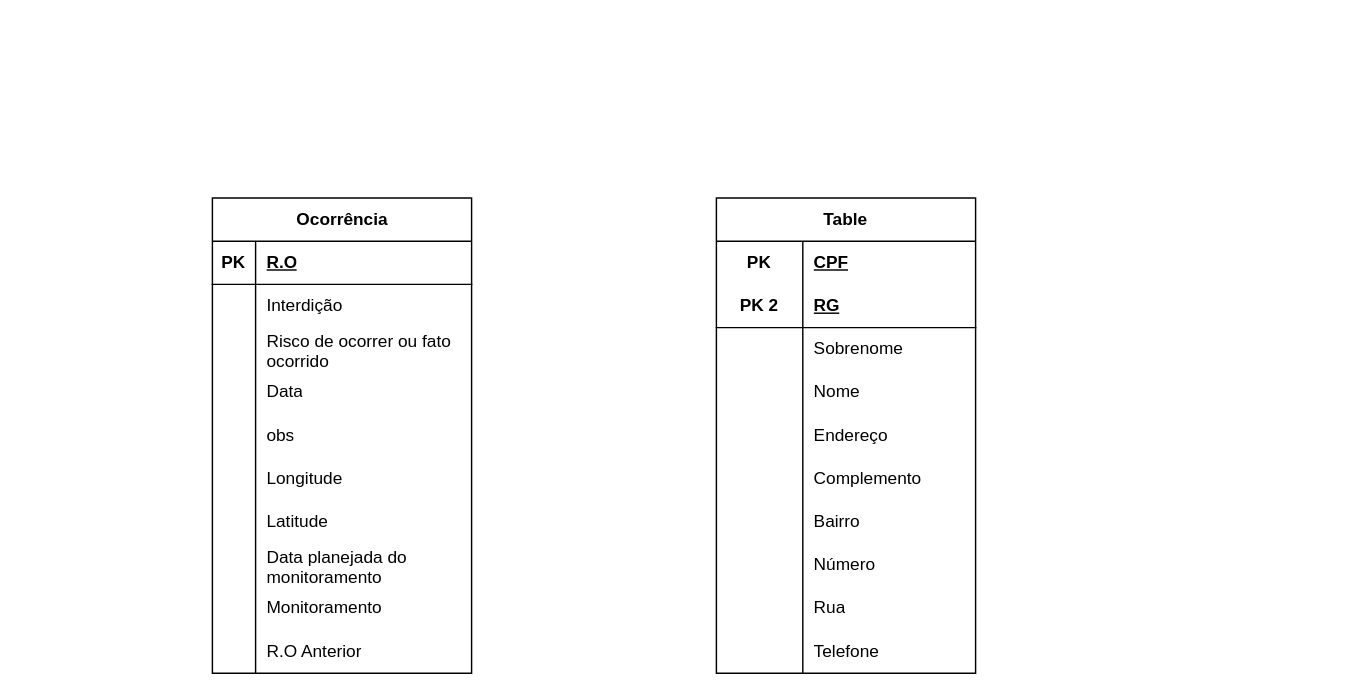
Before: page "Página-2" (2 of 2) of DiagramaER/DiagramaER.drawio in imreadyrod/ProjetoBancosDeDados, a draw.io diagram. Source tidied: cells renumbered, new cells numbered last; positions are measured from the earlier drawing's top-left corner, leaving out a move shared by most shapes. Both pictures are drawn from the tidied source at 144%, with x=0, y=0 at pixel (212, 197).
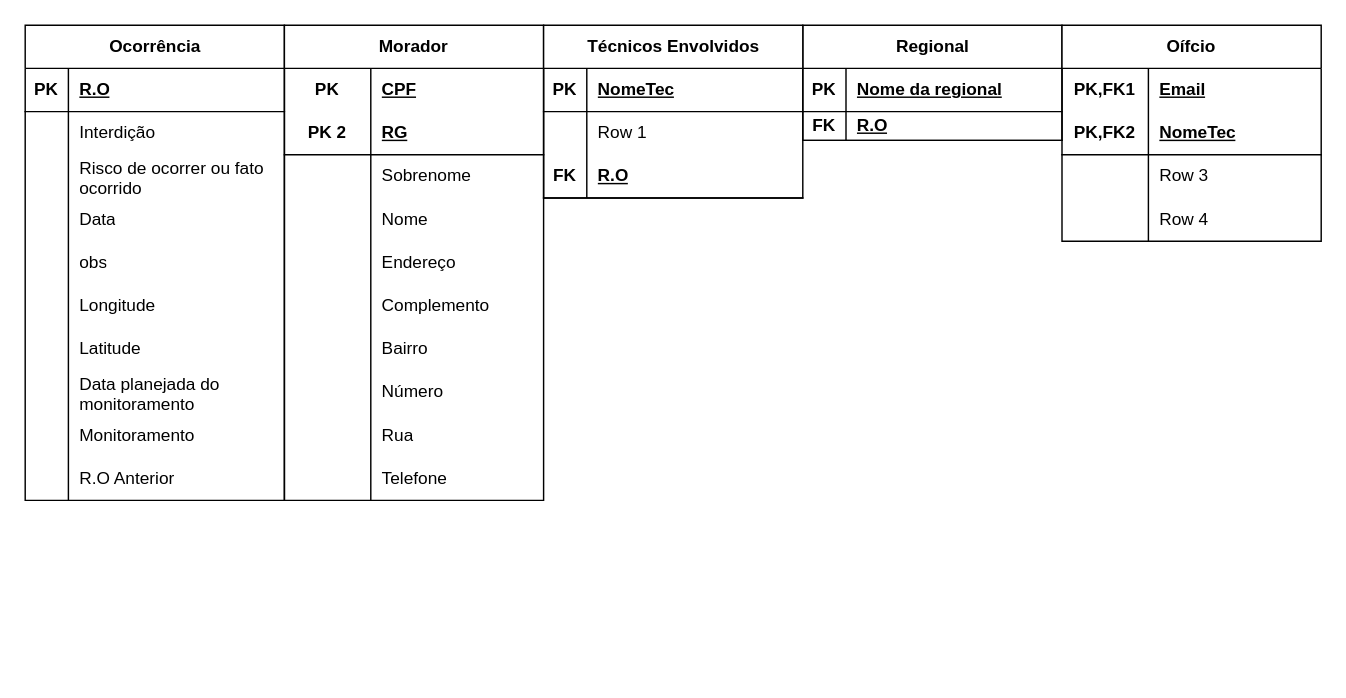
The same page after the edit.

What changed in the source:
```diff
@@
     <mxCell id="2" value="Ocorrência" style="shape=table;startSize=30;childLayout=tableLayout;rowLines=0;fontStyle=1;align=center;html=1;" parent="1" vertex="1">
-      <mxGeometry width="180" height="330" as="geometry" />
+      <mxGeometry x="-130" y="-120" width="180" height="330" as="geometry" />
     </mxCell>
@@
-    <mxCell id="33" value="Table" style="shape=table;startSize=30;childLayout=tableLayout;rowLines=0;fontStyle=1;align=center;html=1;whiteSpace=wrap;" parent="1" vertex="1">
-      <mxGeometry x="350" width="180" height="330" as="geometry" />
+    <mxCell id="33" value="Morador" style="shape=table;startSize=30;childLayout=tableLayout;rowLines=0;fontStyle=1;align=center;html=1;whiteSpace=wrap;" parent="1" vertex="1">
+      <mxGeometry x="50" y="-120" width="180" height="330" as="geometry" />
     </mxCell>
@@
+    <mxCell id="64" value="Regional" style="shape=table;startSize=30;childLayout=tableLayout;rowLines=0;fontStyle=1;align=center;html=1;" parent="1" vertex="1">
+      <mxGeometry x="410" y="-120" width="180" height="80" as="geometry" />
+    </mxCell>
+    <mxCell id="65" style="shape=tableRow;horizontal=0;startSize=0;swimlaneHead=0;swimlaneBody=0;fillColor=none;top=0;left=0;right=0;bottom=1;" parent="64" vertex="1">
+      <mxGeometry y="30" width="180" height="30" as="geometry" />
+    </mxCell>
+    <mxCell id="66" value="PK" style="shape=partialRectangle;fillColor=none;top=0;left=0;bottom=0;right=0;fontStyle=1;overflow=hidden;whiteSpace=wrap;html=1;" parent="65" vertex="1">
+      <mxGeometry width="30" height="30" as="geometry" />
+    </mxCell>
+    <mxCell id="67" value="Nome da regional" style="shape=partialRectangle;fillColor=none;top=0;left=0;bottom=0;right=0;align=left;spacingLeft=6;fontStyle=5;overflow=hidden;whiteSpace=wrap;html=1;" parent="65" vertex="1">
+      <mxGeometry x="30" width="150" height="30" as="geometry" />
+    </mxCell>
+    <mxCell id="68" style="shape=tableRow;horizontal=0;startSize=0;swimlaneHead=0;swimlaneBody=0;fillColor=none;top=0;left=0;right=0;bottom=1;" parent="64" vertex="1">
+      <mxGeometry y="60" width="180" height="20" as="geometry" />
+    </mxCell>
+    <mxCell id="69" value="FK" style="shape=partialRectangle;fillColor=none;top=0;left=0;bottom=0;right=0;fontStyle=1;overflow=hidden;whiteSpace=wrap;html=1;" parent="68" vertex="1">
+      <mxGeometry width="30" height="20" as="geometry" />
+    </mxCell>
+    <mxCell id="70" value="R.O" style="shape=partialRectangle;fillColor=none;top=0;left=0;bottom=0;right=0;align=left;spacingLeft=6;fontStyle=5;overflow=hidden;whiteSpace=wrap;html=1;" parent="68" vertex="1">
+      <mxGeometry x="30" width="150" height="20" as="geometry" />
+    </mxCell>
+    <mxCell id="71" value="Técnicos Envolvidos" style="shape=table;startSize=30;childLayout=tableLayout;rowLines=0;fontStyle=1;align=center;html=1;" parent="1" vertex="1">
+      <mxGeometry x="230" y="-120" width="180" height="120" as="geometry" />
+    </mxCell>
+    <mxCell id="72" style="shape=tableRow;horizontal=0;startSize=0;swimlaneHead=0;swimlaneBody=0;fillColor=none;top=0;left=0;right=0;bottom=1;" parent="71" vertex="1">
+      <mxGeometry y="30" width="180" height="30" as="geometry" />
+    </mxCell>
+    <mxCell id="73" value="PK" style="shape=partialRectangle;fillColor=none;top=0;left=0;bottom=0;right=0;fontStyle=1;overflow=hidden;whiteSpace=wrap;html=1;" parent="72" vertex="1">
+      <mxGeometry width="30" height="30" as="geometry" />
+    </mxCell>
+    <mxCell id="74" value="NomeTec" style="shape=partialRectangle;fillColor=none;top=0;left=0;bottom=0;right=0;align=left;spacingLeft=6;fontStyle=5;overflow=hidden;whiteSpace=wrap;html=1;" parent="72" vertex="1">
+      <mxGeometry x="30" width="150" height="30" as="geometry" />
+    </mxCell>
+    <mxCell id="75" style="shape=tableRow;horizontal=0;startSize=0;swimlaneHead=0;swimlaneBody=0;fillColor=none;top=0;left=0;right=0;bottom=0;" parent="71" vertex="1">
+      <mxGeometry y="60" width="180" height="30" as="geometry" />
+    </mxCell>
+    <mxCell id="76" style="shape=partialRectangle;fillColor=none;top=0;left=0;bottom=0;right=0;overflow=hidden;whiteSpace=wrap;html=1;" parent="75" vertex="1">
+      <mxGeometry width="30" height="30" as="geometry" />
+    </mxCell>
+    <mxCell id="77" value="Row 1" style="shape=partialRectangle;fillColor=none;top=0;left=0;bottom=0;right=0;align=left;spacingLeft=6;overflow=hidden;whiteSpace=wrap;html=1;" parent="75" vertex="1">
+      <mxGeometry x="30" width="150" height="30" as="geometry" />
+    </mxCell>
+    <mxCell id="78" style="shape=tableRow;horizontal=0;startSize=0;swimlaneHead=0;swimlaneBody=0;fillColor=none;top=0;left=0;right=0;bottom=1;" parent="71" vertex="1">
+      <mxGeometry y="90" width="180" height="30" as="geometry" />
+    </mxCell>
+    <mxCell id="79" value="FK" style="shape=partialRectangle;fillColor=none;top=0;left=0;bottom=0;right=0;fontStyle=1;overflow=hidden;whiteSpace=wrap;html=1;" parent="78" vertex="1">
+      <mxGeometry width="30" height="30" as="geometry" />
+    </mxCell>
+    <mxCell id="80" value="R.O" style="shape=partialRectangle;fillColor=none;top=0;left=0;bottom=0;right=0;align=left;spacingLeft=6;fontStyle=5;overflow=hidden;whiteSpace=wrap;html=1;" parent="78" vertex="1">
+      <mxGeometry x="30" width="150" height="30" as="geometry" />
+    </mxCell>
+    <mxCell id="81" value="Oífcio" style="shape=table;startSize=30;childLayout=tableLayout;rowLines=0;fontStyle=1;align=center;html=1;whiteSpace=wrap;" parent="1" vertex="1">
+      <mxGeometry x="590" y="-120" width="180" height="150" as="geometry" />
+    </mxCell>
+    <mxCell id="82" style="shape=tableRow;horizontal=0;startSize=0;swimlaneHead=0;swimlaneBody=0;fillColor=none;top=0;left=0;right=0;bottom=0;html=1;" parent="81" vertex="1">
+      <mxGeometry y="30" width="180" height="30" as="geometry" />
+    </mxCell>
+    <mxCell id="83" value="PK,FK1" style="shape=partialRectangle;fillColor=none;top=0;left=0;bottom=0;right=0;fontStyle=1;overflow=hidden;html=1;whiteSpace=wrap;" parent="82" vertex="1">
+      <mxGeometry width="60" height="30" as="geometry" />
+    </mxCell>
+    <mxCell id="84" value="Email" style="shape=partialRectangle;fillColor=none;top=0;left=0;bottom=0;right=0;align=left;spacingLeft=6;fontStyle=5;overflow=hidden;html=1;whiteSpace=wrap;" parent="82" vertex="1">
+      <mxGeometry x="60" width="120" height="30" as="geometry" />
+    </mxCell>
+    <mxCell id="85" style="shape=tableRow;horizontal=0;startSize=0;swimlaneHead=0;swimlaneBody=0;fillColor=none;top=0;left=0;right=0;bottom=1;html=1;" parent="81" vertex="1">
+      <mxGeometry y="60" width="180" height="30" as="geometry" />
+    </mxCell>
+    <mxCell id="86" value="PK,FK2" style="shape=partialRectangle;fillColor=none;top=0;left=0;bottom=0;right=0;fontStyle=1;overflow=hidden;html=1;whiteSpace=wrap;" parent="85" vertex="1">
+      <mxGeometry width="60" height="30" as="geometry" />
+    </mxCell>
+    <mxCell id="87" value="NomeTec" style="shape=partialRectangle;fillColor=none;top=0;left=0;bottom=0;right=0;align=left;spacingLeft=6;fontStyle=5;overflow=hidden;html=1;whiteSpace=wrap;" parent="85" vertex="1">
+      <mxGeometry x="60" width="120" height="30" as="geometry" />
+    </mxCell>
+    <mxCell id="88" style="shape=tableRow;horizontal=0;startSize=0;swimlaneHead=0;swimlaneBody=0;fillColor=none;top=0;left=0;right=0;bottom=0;html=1;" parent="81" vertex="1">
+      <mxGeometry y="90" width="180" height="30" as="geometry" />
+    </mxCell>
+    <mxCell id="89" style="shape=partialRectangle;fillColor=none;top=0;left=0;bottom=0;right=0;overflow=hidden;html=1;whiteSpace=wrap;" parent="88" vertex="1">
+      <mxGeometry width="60" height="30" as="geometry" />
+    </mxCell>
+    <mxCell id="90" value="Row 3" style="shape=partialRectangle;fillColor=none;top=0;left=0;bottom=0;right=0;align=left;spacingLeft=6;overflow=hidden;html=1;whiteSpace=wrap;" parent="88" vertex="1">
+      <mxGeometry x="60" width="120" height="30" as="geometry" />
+    </mxCell>
+    <mxCell id="91" style="shape=tableRow;horizontal=0;startSize=0;swimlaneHead=0;swimlaneBody=0;fillColor=none;top=0;left=0;right=0;bottom=0;html=1;" parent="81" vertex="1">
+      <mxGeometry y="120" width="180" height="30" as="geometry" />
+    </mxCell>
+    <mxCell id="92" style="shape=partialRectangle;fillColor=none;top=0;left=0;bottom=0;right=0;overflow=hidden;html=1;whiteSpace=wrap;" parent="91" vertex="1">
+      <mxGeometry width="60" height="30" as="geometry" />
+    </mxCell>
+    <mxCell id="93" value="Row 4" style="shape=partialRectangle;fillColor=none;top=0;left=0;bottom=0;right=0;align=left;spacingLeft=6;overflow=hidden;html=1;whiteSpace=wrap;" parent="91" vertex="1">
+      <mxGeometry x="60" width="120" height="30" as="geometry" />
+    </mxCell>
```
